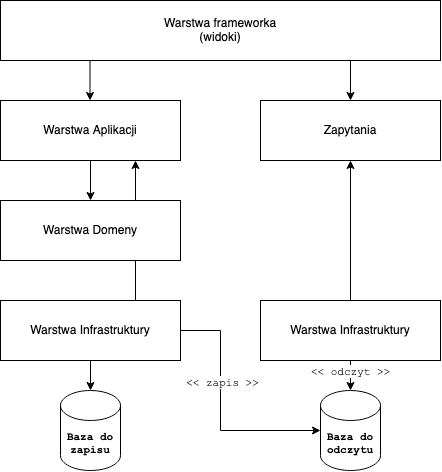
Earlier version of the draw.io export diagrams/6_2_separate_stacks_separate_database.drawio.png (Enforcer/implementing-the-clean-architecture). Source tidied: cells renumbered, new cells last; positions are measured from the earlier drawing's top-left corner, leaving out a move shared by most shapes. The source it was exported from:
```xml
<mxGraphModel>
  <root>
    <mxCell id="0" />
    <mxCell id="1" parent="0" />
    <mxCell id="2" value="&lt;div&gt;Warstwa frameworka&lt;/div&gt;&lt;div&gt;(widoki)&lt;/div&gt;" style="rounded=0;whiteSpace=wrap;html=1;shadow=0;comic=0;strokeWidth=1;fillColor=#ffffff;fontSize=12;align=center;strokeColor=#000000;" parent="1" vertex="1">
      <mxGeometry width="440" height="60" as="geometry" />
    </mxCell>
    <mxCell id="3" style="edgeStyle=orthogonalEdgeStyle;rounded=0;html=1;exitX=0.5;exitY=1;entryX=0.5;entryY=0;endArrow=classic;endFill=1;endSize=6;jettySize=auto;strokeWidth=1;fontSize=12;" parent="1" edge="1" source="4" target="6">
      <mxGeometry relative="1" as="geometry" />
    </mxCell>
    <mxCell id="4" value="Warstwa Aplikacji" style="rounded=0;whiteSpace=wrap;html=1;shadow=0;comic=0;strokeWidth=1;fillColor=#ffffff;fontSize=12;align=center;strokeColor=#000000;" parent="1" vertex="1">
      <mxGeometry y="100" width="180" height="60" as="geometry" />
    </mxCell>
    <mxCell id="5" style="edgeStyle=orthogonalEdgeStyle;rounded=0;jettySize=auto;html=1;exitX=0.75;exitY=0;exitDx=0;exitDy=0;entryX=0.75;entryY=1;entryDx=0;entryDy=0;fontFamily=Courier New;fontSize=11;startArrow=none;startFill=0;endArrow=classic;endFill=1;" parent="1" edge="1" source="10" target="4">
      <mxGeometry relative="1" as="geometry" />
    </mxCell>
    <mxCell id="6" value="Warstwa Domeny" style="rounded=0;whiteSpace=wrap;html=1;shadow=0;comic=0;strokeWidth=1;fillColor=#ffffff;fontSize=12;align=center;strokeColor=#000000;" parent="1" vertex="1">
      <mxGeometry y="200" width="180" height="60" as="geometry" />
    </mxCell>
    <mxCell id="7" style="edgeStyle=orthogonalEdgeStyle;rounded=0;jettySize=auto;html=1;exitX=0.5;exitY=1;exitDx=0;exitDy=0;entryX=0.5;entryY=0;entryDx=0;entryDy=0;entryPerimeter=0;fontFamily=Courier New;fontSize=11;startArrow=none;startFill=0;endArrow=classic;endFill=1;" parent="1" edge="1" source="10" target="18">
      <mxGeometry relative="1" as="geometry" />
    </mxCell>
    <mxCell id="8" style="edgeStyle=orthogonalEdgeStyle;rounded=0;jettySize=auto;html=1;exitX=1;exitY=0.5;exitDx=0;exitDy=0;entryX=0;entryY=0.5;entryDx=0;entryDy=0;entryPerimeter=0;fontFamily=Courier New;fontSize=11;startArrow=none;startFill=0;endArrow=classic;endFill=1;" parent="1" edge="1" source="10" target="19">
      <mxGeometry relative="1" as="geometry">
        <Array as="points">
          <mxPoint x="220" y="330" />
          <mxPoint x="220" y="430" />
        </Array>
      </mxGeometry>
    </mxCell>
    <mxCell id="9" value="&amp;lt;&amp;lt; zapis &amp;gt;&amp;gt;" style="edgeLabel;html=1;align=center;verticalAlign=middle;fontSize=11;fontFamily=Courier New;" parent="8" vertex="1">
      <mxGeometry x="-0.23" y="2" relative="1" as="geometry" />
    </mxCell>
    <mxCell id="10" value="Warstwa Infrastruktury" style="rounded=0;whiteSpace=wrap;html=1;shadow=0;comic=0;strokeWidth=1;fillColor=#ffffff;fontSize=12;align=center;strokeColor=#000000;" parent="1" vertex="1">
      <mxGeometry y="300" width="180" height="60" as="geometry" />
    </mxCell>
    <mxCell id="11" style="edgeStyle=orthogonalEdgeStyle;rounded=0;html=1;exitX=0.5;exitY=1;entryX=0.5;entryY=0;endArrow=classic;endFill=1;endSize=6;jettySize=auto;strokeWidth=1;fontSize=12;" parent="1" edge="1" target="12">
      <mxGeometry relative="1" as="geometry">
        <mxPoint x="350" y="60" as="sourcePoint" />
      </mxGeometry>
    </mxCell>
    <mxCell id="12" value="Zapytania" style="rounded=0;whiteSpace=wrap;html=1;shadow=0;comic=0;strokeWidth=1;fillColor=#ffffff;fontSize=12;align=center;strokeColor=#000000;" parent="1" vertex="1">
      <mxGeometry x="260" y="100" width="180" height="60" as="geometry" />
    </mxCell>
    <mxCell id="13" style="edgeStyle=orthogonalEdgeStyle;rounded=0;html=1;exitX=0.5;exitY=1;entryX=0.5;entryY=0;endArrow=classic;endFill=1;endSize=6;jettySize=auto;orthogonalLoop=1;strokeWidth=1;fontSize=12;" parent="1" edge="1">
      <mxGeometry relative="1" as="geometry">
        <mxPoint x="89.5" y="60" as="sourcePoint" />
        <mxPoint x="89.5" y="100" as="targetPoint" />
      </mxGeometry>
    </mxCell>
    <mxCell id="14" style="edgeStyle=orthogonalEdgeStyle;rounded=0;jettySize=auto;html=1;exitX=0.5;exitY=0;exitDx=0;exitDy=0;fontFamily=Courier New;fontSize=11;startArrow=none;startFill=0;endArrow=classic;endFill=1;" parent="1" edge="1" source="17" target="12">
      <mxGeometry relative="1" as="geometry" />
    </mxCell>
    <mxCell id="15" style="edgeStyle=orthogonalEdgeStyle;rounded=0;jettySize=auto;html=1;exitX=0.5;exitY=1;exitDx=0;exitDy=0;entryX=0.5;entryY=0;entryDx=0;entryDy=0;entryPerimeter=0;fontFamily=Courier New;fontSize=11;startArrow=none;startFill=0;endArrow=classic;endFill=1;" parent="1" edge="1" source="17" target="19">
      <mxGeometry relative="1" as="geometry" />
    </mxCell>
    <mxCell id="16" value="&amp;lt;&amp;lt; odczyt &amp;gt;&amp;gt;" style="edgeLabel;html=1;align=center;verticalAlign=middle;fontSize=11;fontFamily=Courier New;" parent="15" vertex="1">
      <mxGeometry x="-0.27" relative="1" as="geometry" />
    </mxCell>
    <mxCell id="17" value="Warstwa Infrastruktury" style="rounded=0;whiteSpace=wrap;html=1;shadow=0;comic=0;strokeWidth=1;fillColor=#ffffff;fontSize=12;align=center;strokeColor=#000000;" parent="1" vertex="1">
      <mxGeometry x="260" y="300" width="180" height="60" as="geometry" />
    </mxCell>
    <mxCell id="18" value="&lt;b&gt;Baza do zapisu&lt;br&gt;&lt;/b&gt;" style="shape=cylinder3;whiteSpace=wrap;html=1;boundedLbl=1;backgroundOutline=1;size=15;fontFamily=Courier New;fontSize=11;" parent="1" vertex="1">
      <mxGeometry x="60" y="390" width="60" height="80" as="geometry" />
    </mxCell>
    <mxCell id="19" value="&lt;b&gt;Baza do odczytu&lt;br&gt;&lt;/b&gt;" style="shape=cylinder3;whiteSpace=wrap;html=1;boundedLbl=1;backgroundOutline=1;size=15;fontFamily=Courier New;fontSize=11;" parent="1" vertex="1">
      <mxGeometry x="320" y="390" width="60" height="80" as="geometry" />
    </mxCell>
  </root>
</mxGraphModel>
```
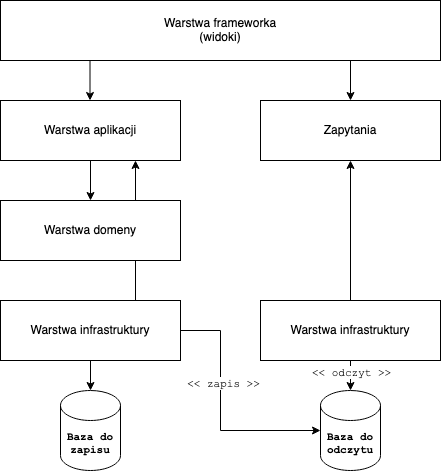
The same file after the commit.

What changed in the source:
```diff
@@ -8,13 +8,13 @@
     <mxCell id="3" style="edgeStyle=orthogonalEdgeStyle;rounded=0;html=1;exitX=0.5;exitY=1;entryX=0.5;entryY=0;endArrow=classic;endFill=1;endSize=6;jettySize=auto;strokeWidth=1;fontSize=12;" parent="1" edge="1" source="4" target="6">
       <mxGeometry relative="1" as="geometry" />
     </mxCell>
-    <mxCell id="4" value="Warstwa Aplikacji" style="rounded=0;whiteSpace=wrap;html=1;shadow=0;comic=0;strokeWidth=1;fillColor=#ffffff;fontSize=12;align=center;strokeColor=#000000;" parent="1" vertex="1">
+    <mxCell id="4" value="Warstwa aplikacji" style="rounded=0;whiteSpace=wrap;html=1;shadow=0;comic=0;strokeWidth=1;fillColor=#ffffff;fontSize=12;align=center;strokeColor=#000000;" parent="1" vertex="1">
       <mxGeometry y="100" width="180" height="60" as="geometry" />
     </mxCell>
     <mxCell id="5" style="edgeStyle=orthogonalEdgeStyle;rounded=0;jettySize=auto;html=1;exitX=0.75;exitY=0;exitDx=0;exitDy=0;entryX=0.75;entryY=1;entryDx=0;entryDy=0;fontFamily=Courier New;fontSize=11;startArrow=none;startFill=0;endArrow=classic;endFill=1;" parent="1" edge="1" source="10" target="4">
       <mxGeometry relative="1" as="geometry" />
     </mxCell>
-    <mxCell id="6" value="Warstwa Domeny" style="rounded=0;whiteSpace=wrap;html=1;shadow=0;comic=0;strokeWidth=1;fillColor=#ffffff;fontSize=12;align=center;strokeColor=#000000;" parent="1" vertex="1">
+    <mxCell id="6" value="Warstwa domeny" style="rounded=0;whiteSpace=wrap;html=1;shadow=0;comic=0;strokeWidth=1;fillColor=#ffffff;fontSize=12;align=center;strokeColor=#000000;" parent="1" vertex="1">
       <mxGeometry y="200" width="180" height="60" as="geometry" />
     </mxCell>
     <mxCell id="7" style="edgeStyle=orthogonalEdgeStyle;rounded=0;jettySize=auto;html=1;exitX=0.5;exitY=1;exitDx=0;exitDy=0;entryX=0.5;entryY=0;entryDx=0;entryDy=0;entryPerimeter=0;fontFamily=Courier New;fontSize=11;startArrow=none;startFill=0;endArrow=classic;endFill=1;" parent="1" edge="1" source="10" target="18">
@@ -31,7 +31,7 @@
     <mxCell id="9" value="&amp;lt;&amp;lt; zapis &amp;gt;&amp;gt;" style="edgeLabel;html=1;align=center;verticalAlign=middle;fontSize=11;fontFamily=Courier New;" parent="8" vertex="1">
       <mxGeometry x="-0.23" y="2" relative="1" as="geometry" />
     </mxCell>
-    <mxCell id="10" value="Warstwa Infrastruktury" style="rounded=0;whiteSpace=wrap;html=1;shadow=0;comic=0;strokeWidth=1;fillColor=#ffffff;fontSize=12;align=center;strokeColor=#000000;" parent="1" vertex="1">
+    <mxCell id="10" value="Warstwa infrastruktury" style="rounded=0;whiteSpace=wrap;html=1;shadow=0;comic=0;strokeWidth=1;fillColor=#ffffff;fontSize=12;align=center;strokeColor=#000000;" parent="1" vertex="1">
       <mxGeometry y="300" width="180" height="60" as="geometry" />
     </mxCell>
     <mxCell id="11" style="edgeStyle=orthogonalEdgeStyle;rounded=0;html=1;exitX=0.5;exitY=1;entryX=0.5;entryY=0;endArrow=classic;endFill=1;endSize=6;jettySize=auto;strokeWidth=1;fontSize=12;" parent="1" edge="1" target="12">
@@ -57,7 +57,7 @@
     <mxCell id="16" value="&amp;lt;&amp;lt; odczyt &amp;gt;&amp;gt;" style="edgeLabel;html=1;align=center;verticalAlign=middle;fontSize=11;fontFamily=Courier New;" parent="15" vertex="1">
       <mxGeometry x="-0.27" relative="1" as="geometry" />
     </mxCell>
-    <mxCell id="17" value="Warstwa Infrastruktury" style="rounded=0;whiteSpace=wrap;html=1;shadow=0;comic=0;strokeWidth=1;fillColor=#ffffff;fontSize=12;align=center;strokeColor=#000000;" parent="1" vertex="1">
+    <mxCell id="17" value="Warstwa infrastruktury" style="rounded=0;whiteSpace=wrap;html=1;shadow=0;comic=0;strokeWidth=1;fillColor=#ffffff;fontSize=12;align=center;strokeColor=#000000;" parent="1" vertex="1">
       <mxGeometry x="260" y="300" width="180" height="60" as="geometry" />
     </mxCell>
     <mxCell id="18" value="&lt;b&gt;Baza do zapisu&lt;br&gt;&lt;/b&gt;" style="shape=cylinder3;whiteSpace=wrap;html=1;boundedLbl=1;backgroundOutline=1;size=15;fontFamily=Courier New;fontSize=11;" parent="1" vertex="1">
```
